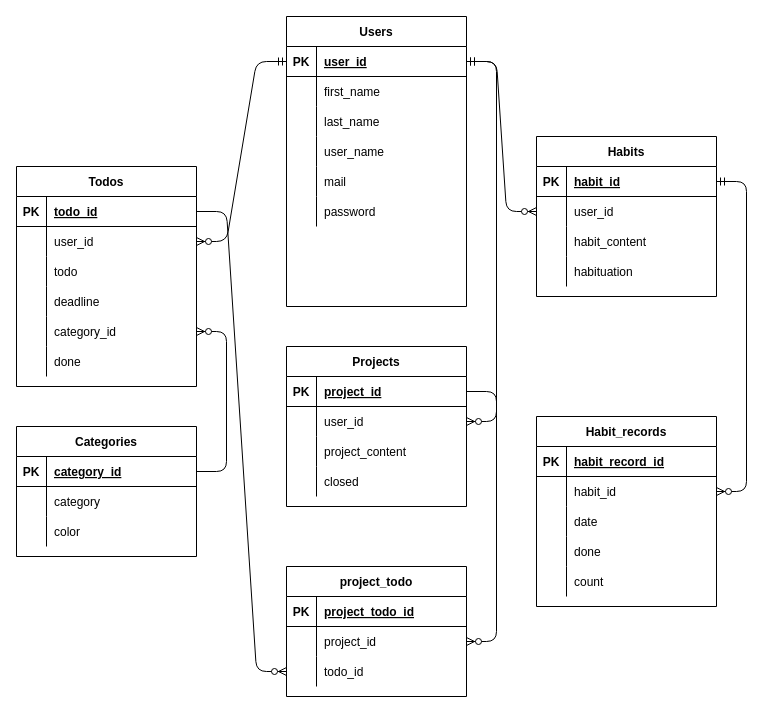
The draw.io diagram ER_diagram/Motiva_ER.drawio in pndnism/Motiva, before the edit. Source tidied: cells renumbered, new cells numbered last; positions are measured from the earlier drawing's top-left corner, leaving out a move shared by most shapes. Both pictures are drawn from the tidied source at 100%, with x=0, y=0 at pixel (16, 16).
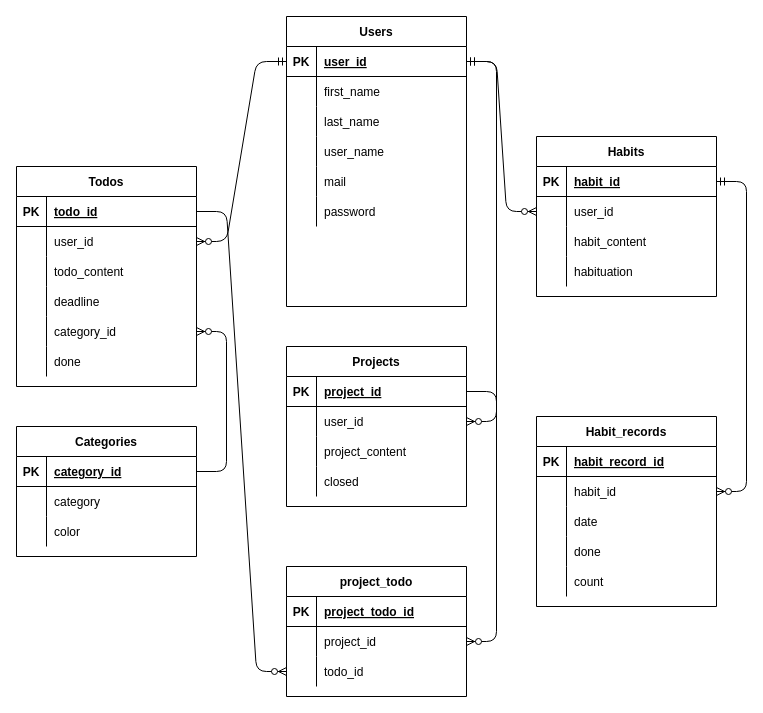
Above is the later version.

Commit message:
再々_ER図微修正

Unchanged cells that the change refers to:
```xml
<mxCell id="70" style="shape=partialRectangle;fillColor=none;top=0;left=0;bottom=0;right=0;" parent="63" vertex="1">
  <mxGeometry y="90" width="180" height="30" as="geometry" />
</mxCell>
```

What changed in the source:
```diff
@@
-    <mxCell id="72" value="todo" style="shape=partialRectangle;fillColor=none;top=0;left=0;bottom=0;right=0;align=left;spacingLeft=6;overflow=hidden;" parent="70" vertex="1">
+    <mxCell id="72" value="todo_content" style="shape=partialRectangle;fillColor=none;top=0;left=0;bottom=0;right=0;align=left;spacingLeft=6;overflow=hidden;" parent="70" vertex="1">
       <mxGeometry x="30" width="150" height="30" as="geometry" />
     </mxCell>
```
